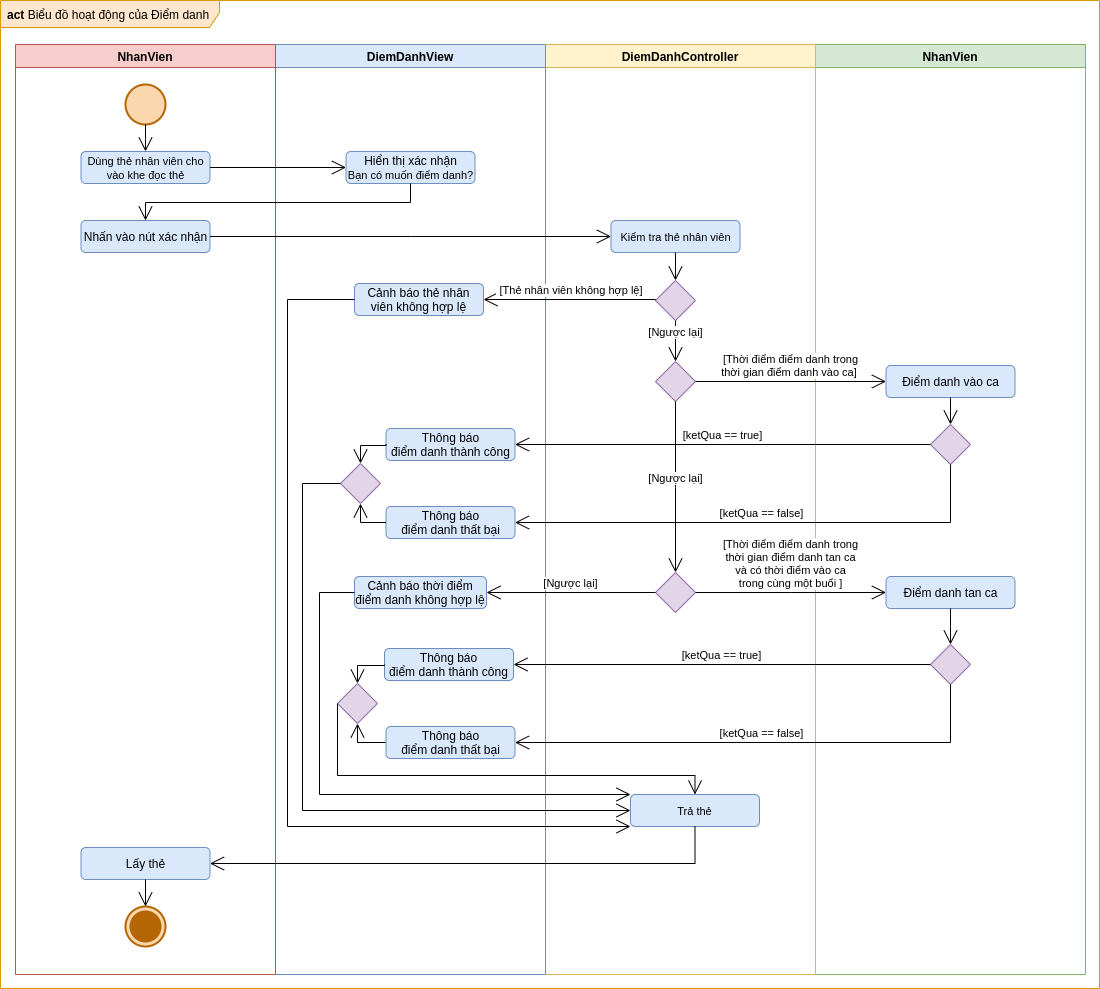
Before: images/Activity Diagram/Attendance.png, a diagram exported from draw.io (luclegen/medicine16). Source tidied: cells renumbered, new cells last; positions are measured from the earlier drawing's top-left corner, leaving out a move shared by most shapes.
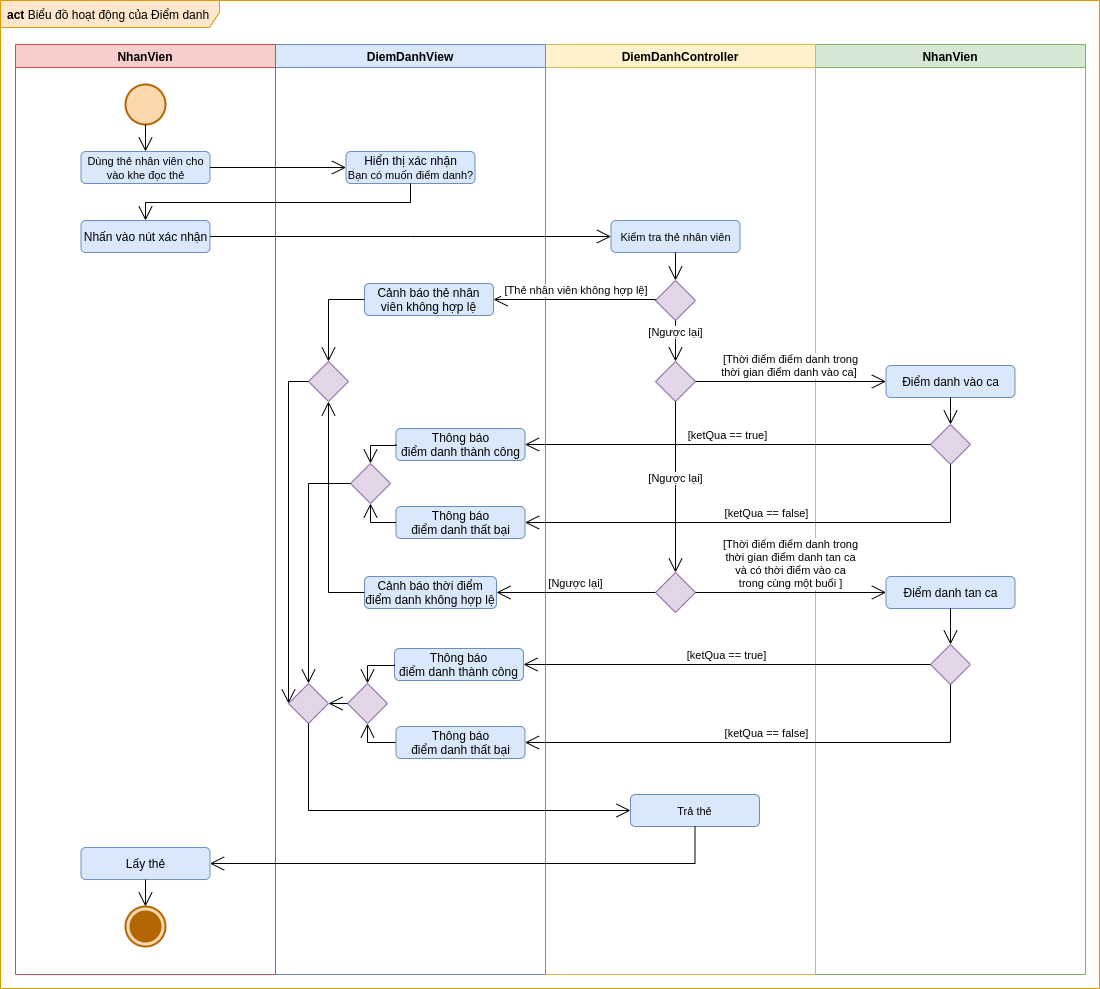
After the change.

Diff of the diagram source:
```diff
@@ -50,40 +50,46 @@
       <mxGeometry x="275" y="44" width="270" height="930" as="geometry" />
     </mxCell>
     <mxCell id="17" value="&lt;span style=&quot;&quot;&gt;Cảnh báo thẻ nhân viên không hợp lệ&lt;/span&gt;" style="shape=rect;html=1;rounded=1;whiteSpace=wrap;align=center;fillColor=#dae8fc;strokeColor=#6c8ebf;" parent="16" vertex="1">
-      <mxGeometry x="79" y="239" width="129" height="32" as="geometry" />
+      <mxGeometry x="89" y="239" width="129" height="32" as="geometry" />
     </mxCell>
     <mxCell id="18" value="Hiển thị xác nhận&lt;br&gt;&lt;span style=&quot;font-size: 11px&quot;&gt;Bạn có muốn điểm danh?&lt;/span&gt;" style="shape=rect;html=1;rounded=1;whiteSpace=wrap;align=center;fillColor=#dae8fc;strokeColor=#6c8ebf;" parent="16" vertex="1">
       <mxGeometry x="70.5" y="107" width="129" height="32" as="geometry" />
     </mxCell>
-    <mxCell id="19" value="&lt;span&gt;Thông báo&lt;br&gt;điểm danh thành công&lt;/span&gt;" style="shape=rect;html=1;rounded=1;whiteSpace=wrap;align=center;fillColor=#dae8fc;strokeColor=#6c8ebf;" parent="16" vertex="1">
-      <mxGeometry x="110.5" y="384" width="129" height="32" as="geometry" />
-    </mxCell>
-    <mxCell id="20" style="shape=rhombus;html=1;verticalLabelPosition=bottom;verticalAlignment=top;fillColor=#e1d5e7;strokeColor=#9673a6;" parent="16" vertex="1">
-      <mxGeometry x="62" y="639" width="40" height="40" as="geometry" />
-    </mxCell>
-    <mxCell id="21" style="edgeStyle=elbowEdgeStyle;html=1;elbow=vertical;endArrow=open;rounded=0;verticalAlign=bottom;endSize=12;exitX=0;exitY=0.5;exitDx=0;exitDy=0;entryX=0.5;entryY=1;entryDx=0;entryDy=0;" parent="16" edge="1" source="22" target="20">
-      <mxGeometry relative="1" as="geometry">
-        <Array as="points">
-          <mxPoint x="87" y="698" />
-        </Array>
-      </mxGeometry>
-    </mxCell>
-    <mxCell id="22" value="&lt;span style=&quot;&quot;&gt;Thông báo&lt;br&gt;điểm danh thất bại&lt;/span&gt;" style="shape=rect;html=1;rounded=1;whiteSpace=wrap;align=center;fillColor=#dae8fc;strokeColor=#6c8ebf;" parent="16" vertex="1">
-      <mxGeometry x="110.5" y="682" width="129" height="32" as="geometry" />
-    </mxCell>
-    <mxCell id="23" value="&lt;span&gt;Thông báo&lt;br&gt;điểm danh thành công&lt;/span&gt;" style="shape=rect;html=1;rounded=1;whiteSpace=wrap;align=center;fillColor=#dae8fc;strokeColor=#6c8ebf;" parent="16" vertex="1">
-      <mxGeometry x="109" y="604" width="129" height="32" as="geometry" />
-    </mxCell>
-    <mxCell id="24" style="edgeStyle=elbowEdgeStyle;html=1;elbow=vertical;endArrow=open;rounded=0;verticalAlign=bottom;endSize=12;exitX=0;exitY=0.5;exitDx=0;exitDy=0;entryX=0.5;entryY=0;entryDx=0;entryDy=0;" parent="16" edge="1" source="23" target="20">
-      <mxGeometry relative="1" as="geometry">
-        <Array as="points">
-          <mxPoint x="87" y="621" />
-        </Array>
-      </mxGeometry>
-    </mxCell>
+    <mxCell id="57" value="&lt;span&gt;Thông báo&lt;br&gt;điểm danh thành công&lt;/span&gt;" style="shape=rect;html=1;rounded=1;whiteSpace=wrap;align=center;fillColor=#dae8fc;strokeColor=#6c8ebf;" parent="16" vertex="1">
+      <mxGeometry x="120.5" y="384" width="129" height="32" as="geometry" />
+    </mxCell>
+    <mxCell id="58" style="shape=rhombus;html=1;verticalLabelPosition=bottom;verticalAlignment=top;fillColor=#e1d5e7;strokeColor=#9673a6;" parent="16" vertex="1">
+      <mxGeometry x="72" y="639" width="40" height="40" as="geometry" />
+    </mxCell>
+    <mxCell id="59" style="edgeStyle=elbowEdgeStyle;html=1;elbow=vertical;endArrow=open;rounded=0;verticalAlign=bottom;endSize=12;exitX=0;exitY=0.5;exitDx=0;exitDy=0;entryX=0.5;entryY=1;entryDx=0;entryDy=0;" parent="16" edge="1" source="60" target="58">
+      <mxGeometry relative="1" as="geometry">
+        <Array as="points">
+          <mxPoint x="97" y="698" />
+        </Array>
+      </mxGeometry>
+    </mxCell>
+    <mxCell id="60" value="&lt;span style=&quot;&quot;&gt;Thông báo&lt;br&gt;điểm danh thất bại&lt;/span&gt;" style="shape=rect;html=1;rounded=1;whiteSpace=wrap;align=center;fillColor=#dae8fc;strokeColor=#6c8ebf;" parent="16" vertex="1">
+      <mxGeometry x="120.5" y="682" width="129" height="32" as="geometry" />
+    </mxCell>
+    <mxCell id="61" value="&lt;span&gt;Thông báo&lt;br&gt;điểm danh thành công&lt;/span&gt;" style="shape=rect;html=1;rounded=1;whiteSpace=wrap;align=center;fillColor=#dae8fc;strokeColor=#6c8ebf;" parent="16" vertex="1">
+      <mxGeometry x="119" y="604" width="129" height="32" as="geometry" />
+    </mxCell>
+    <mxCell id="62" style="edgeStyle=elbowEdgeStyle;html=1;elbow=vertical;endArrow=open;rounded=0;verticalAlign=bottom;endSize=12;exitX=0;exitY=0.5;exitDx=0;exitDy=0;entryX=0.5;entryY=0;entryDx=0;entryDy=0;" parent="16" edge="1" source="61" target="58">
+      <mxGeometry relative="1" as="geometry">
+        <Array as="points">
+          <mxPoint x="97" y="621" />
+        </Array>
+      </mxGeometry>
+    </mxCell>
     <mxCell id="25" value="&lt;span&gt;Cảnh báo thời điểm điểm danh không hợp lệ&lt;/span&gt;" style="shape=rect;html=1;rounded=1;whiteSpace=wrap;align=center;fillColor=#dae8fc;strokeColor=#6c8ebf;" parent="16" vertex="1">
-      <mxGeometry x="79" y="532" width="132" height="32" as="geometry" />
+      <mxGeometry x="89" y="532" width="132" height="32" as="geometry" />
     </mxCell>
+    <mxCell id="63" style="shape=rhombus;html=1;verticalLabelPosition=bottom;verticalAlignment=top;fillColor=#e1d5e7;strokeColor=#9673a6;" parent="16" vertex="1">
+      <mxGeometry x="13" y="639" width="40" height="40" as="geometry" />
+    </mxCell>
+    <mxCell id="64" style="edgeStyle=elbowEdgeStyle;html=1;elbow=vertical;endArrow=open;rounded=0;verticalAlign=bottom;endSize=12;exitX=0;exitY=0.5;exitDx=0;exitDy=0;entryX=1;entryY=0.5;entryDx=0;entryDy=0;" parent="16" edge="1" source="58" target="63">
+      <mxGeometry relative="1" as="geometry" />
+    </mxCell>
     <mxCell id="26" value="NhanVien" style="swimlane;startSize=23;fillColor=#f8cecc;strokeColor=#b85450;" parent="1" vertex="1">
       <mxGeometry x="15" y="44" width="260" height="930" as="geometry" />
     </mxCell>
@@ -111,13 +117,13 @@
     <mxCell id="34" style="edgeStyle=elbowEdgeStyle;html=1;elbow=vertical;endArrow=open;rounded=0;verticalAlign=bottom;endSize=12;exitX=1;exitY=0.5;exitDx=0;exitDy=0;entryX=0;entryY=0.5;entryDx=0;entryDy=0;" parent="1" edge="1" source="30" target="9">
       <mxGeometry relative="1" as="geometry" />
     </mxCell>
-    <mxCell id="35" value="[ketQua == false]" style="edgeStyle=elbowEdgeStyle;html=1;elbow=vertical;verticalAlign=bottom;endArrow=open;rounded=0;endSize=12;exitX=0.5;exitY=1;exitDx=0;exitDy=0;entryX=1;entryY=0.5;entryDx=0;entryDy=0;" parent="1" edge="1" source="5" target="39">
-      <mxGeometry relative="1" as="geometry">
-        <Array as="points">
-          <mxPoint x="722" y="522" />
-        </Array>
-      </mxGeometry>
-    </mxCell>
+    <mxCell id="65" value="[ketQua == false]" style="edgeStyle=elbowEdgeStyle;html=1;elbow=vertical;verticalAlign=bottom;endArrow=open;rounded=0;endSize=12;exitX=0.5;exitY=1;exitDx=0;exitDy=0;entryX=1;entryY=0.5;entryDx=0;entryDy=0;" parent="1" edge="1" source="5" target="66">
+      <mxGeometry relative="1" as="geometry">
+        <Array as="points">
+          <mxPoint x="722" y="522" />
+        </Array>
+      </mxGeometry>
+    </mxCell>
     <mxCell id="36" style="edgeStyle=elbowEdgeStyle;html=1;elbow=vertical;endArrow=open;rounded=0;verticalAlign=bottom;endSize=12;exitX=1;exitY=0.5;exitDx=0;exitDy=0;entryX=0;entryY=0.5;entryDx=0;entryDy=0;" parent="1" edge="1" source="28" target="18">
       <mxGeometry relative="1" as="geometry" />
     </mxCell>
@@ -127,65 +133,48 @@
     <mxCell id="38" value="[Thời điểm điểm danh trong&lt;br&gt;thời gian điểm danh vào ca]&amp;nbsp;" style="edgeStyle=elbowEdgeStyle;html=1;elbow=vertical;verticalAlign=bottom;endArrow=open;rounded=0;endSize=12;exitX=1;exitY=0.5;exitDx=0;exitDy=0;entryX=0;entryY=0.5;entryDx=0;entryDy=0;" parent="1" edge="1" source="13" target="4">
       <mxGeometry relative="1" as="geometry" />
     </mxCell>
-    <mxCell id="39" value="&lt;span style=&quot;&quot;&gt;Thông báo&lt;br&gt;điểm danh thất bại&lt;/span&gt;" style="shape=rect;html=1;rounded=1;whiteSpace=wrap;align=center;fillColor=#dae8fc;strokeColor=#6c8ebf;" parent="1" vertex="1">
-      <mxGeometry x="385.5" y="506" width="129" height="32" as="geometry" />
-    </mxCell>
+    <mxCell id="66" value="&lt;span style=&quot;&quot;&gt;Thông báo&lt;br&gt;điểm danh thất bại&lt;/span&gt;" style="shape=rect;html=1;rounded=1;whiteSpace=wrap;align=center;fillColor=#dae8fc;strokeColor=#6c8ebf;" parent="1" vertex="1">
+      <mxGeometry x="395.5" y="506" width="129" height="32" as="geometry" />
+    </mxCell>
     <mxCell id="40" value="[Thời điểm điểm danh trong&lt;br&gt;thời gian điểm danh tan ca&lt;br&gt;và có thời điểm vào ca&lt;br&gt;trong cùng một buổi ]" style="edgeStyle=elbowEdgeStyle;html=1;elbow=vertical;verticalAlign=bottom;endArrow=open;rounded=0;endSize=12;exitX=1;exitY=0.5;exitDx=0;exitDy=0;entryX=0;entryY=0.5;entryDx=0;entryDy=0;" parent="1" edge="1" source="14" target="7">
       <mxGeometry relative="1" as="geometry" />
     </mxCell>
     <mxCell id="41" style="shape=rhombus;html=1;verticalLabelPosition=bottom;verticalAlignment=top;fillColor=#e1d5e7;strokeColor=#9673a6;" parent="1" vertex="1">
       <mxGeometry x="930" y="644" width="40" height="40" as="geometry" />
     </mxCell>
-    <mxCell id="42" value="[ketQua == true]" style="edgeStyle=elbowEdgeStyle;html=1;elbow=vertical;verticalAlign=bottom;endArrow=open;rounded=0;endSize=12;exitX=0;exitY=0.5;exitDx=0;exitDy=0;entryX=1;entryY=0.5;entryDx=0;entryDy=0;" parent="1" edge="1" source="41" target="23">
-      <mxGeometry relative="1" as="geometry" />
-    </mxCell>
-    <mxCell id="43" value="[ketQua == false]" style="edgeStyle=elbowEdgeStyle;html=1;elbow=vertical;verticalAlign=bottom;endArrow=open;rounded=0;endSize=12;exitX=0.5;exitY=1;exitDx=0;exitDy=0;entryX=1;entryY=0.5;entryDx=0;entryDy=0;" parent="1" edge="1" source="41" target="22">
-      <mxGeometry relative="1" as="geometry">
-        <Array as="points">
-          <mxPoint x="710" y="742" />
-        </Array>
-      </mxGeometry>
-    </mxCell>
+    <mxCell id="67" value="[ketQua == true]" style="edgeStyle=elbowEdgeStyle;html=1;elbow=vertical;verticalAlign=bottom;endArrow=open;rounded=0;endSize=12;exitX=0;exitY=0.5;exitDx=0;exitDy=0;entryX=1;entryY=0.5;entryDx=0;entryDy=0;" parent="1" edge="1" source="41" target="61">
+      <mxGeometry relative="1" as="geometry" />
+    </mxCell>
+    <mxCell id="68" value="[ketQua == false]" style="edgeStyle=elbowEdgeStyle;html=1;elbow=vertical;verticalAlign=bottom;endArrow=open;rounded=0;endSize=12;exitX=0.5;exitY=1;exitDx=0;exitDy=0;entryX=1;entryY=0.5;entryDx=0;entryDy=0;" parent="1" edge="1" source="41" target="60">
+      <mxGeometry relative="1" as="geometry">
+        <Array as="points">
+          <mxPoint x="710" y="742" />
+        </Array>
+      </mxGeometry>
+    </mxCell>
     <mxCell id="44" style="edgeStyle=elbowEdgeStyle;html=1;elbow=vertical;endArrow=open;rounded=0;verticalAlign=bottom;endSize=12;exitX=0.5;exitY=1;exitDx=0;exitDy=0;entryX=0.5;entryY=0;entryDx=0;entryDy=0;" parent="1" edge="1" source="7" target="41">
       <mxGeometry relative="1" as="geometry" />
     </mxCell>
-    <mxCell id="45" value="[ketQua == true]" style="edgeStyle=elbowEdgeStyle;html=1;elbow=vertical;verticalAlign=bottom;endArrow=open;rounded=0;endSize=12;exitX=0;exitY=0.5;exitDx=0;exitDy=0;entryX=1;entryY=0.5;entryDx=0;entryDy=0;" parent="1" edge="1" source="5" target="19">
-      <mxGeometry relative="1" as="geometry" />
-    </mxCell>
-    <mxCell id="46" style="shape=rhombus;html=1;verticalLabelPosition=bottom;verticalAlignment=top;fillColor=#e1d5e7;strokeColor=#9673a6;" parent="1" vertex="1">
-      <mxGeometry x="340" y="463" width="40" height="40" as="geometry" />
-    </mxCell>
-    <mxCell id="47" style="edgeStyle=elbowEdgeStyle;html=1;elbow=vertical;endArrow=open;rounded=0;verticalAlign=bottom;endSize=12;exitX=0;exitY=0.5;exitDx=0;exitDy=0;entryX=0.5;entryY=0;entryDx=0;entryDy=0;" parent="1" edge="1" source="19" target="46">
-      <mxGeometry relative="1" as="geometry">
-        <Array as="points">
-          <mxPoint x="361" y="445" />
-        </Array>
-      </mxGeometry>
-    </mxCell>
-    <mxCell id="48" style="edgeStyle=elbowEdgeStyle;html=1;elbow=vertical;endArrow=open;rounded=0;verticalAlign=bottom;endSize=12;exitX=0;exitY=0.5;exitDx=0;exitDy=0;entryX=0.5;entryY=1;entryDx=0;entryDy=0;" parent="1" edge="1" source="39" target="46">
-      <mxGeometry relative="1" as="geometry">
-        <Array as="points">
-          <mxPoint x="365" y="522" />
-        </Array>
-      </mxGeometry>
-    </mxCell>
-    <mxCell id="49" style="edgeStyle=elbowEdgeStyle;html=1;elbow=vertical;endArrow=open;rounded=0;verticalAlign=bottom;endSize=12;exitX=0;exitY=0.5;exitDx=0;exitDy=0;entryX=0;entryY=0.5;entryDx=0;entryDy=0;" parent="1" edge="1" source="46" target="55">
-      <mxGeometry relative="1" as="geometry">
-        <Array as="points">
-          <mxPoint x="302" y="650" />
-          <mxPoint x="423" y="818" />
-        </Array>
-      </mxGeometry>
-    </mxCell>
-    <mxCell id="50" style="edgeStyle=elbowEdgeStyle;html=1;elbow=vertical;endArrow=open;rounded=0;verticalAlign=bottom;endSize=12;exitX=0;exitY=0.5;exitDx=0;exitDy=0;entryX=0.5;entryY=0;entryDx=0;entryDy=0;" parent="1" edge="1" source="20" target="55">
-      <mxGeometry relative="1" as="geometry">
-        <Array as="points">
-          <mxPoint x="491" y="775" />
-          <mxPoint x="326" y="756" />
-          <mxPoint x="521" y="776" />
-        </Array>
-      </mxGeometry>
-    </mxCell>
+    <mxCell id="69" value="[ketQua == true]" style="edgeStyle=elbowEdgeStyle;html=1;elbow=vertical;verticalAlign=bottom;endArrow=open;rounded=0;endSize=12;exitX=0;exitY=0.5;exitDx=0;exitDy=0;entryX=1;entryY=0.5;entryDx=0;entryDy=0;" parent="1" edge="1" source="5" target="57">
+      <mxGeometry relative="1" as="geometry" />
+    </mxCell>
+    <mxCell id="70" style="shape=rhombus;html=1;verticalLabelPosition=bottom;verticalAlignment=top;fillColor=#e1d5e7;strokeColor=#9673a6;" parent="1" vertex="1">
+      <mxGeometry x="350" y="463" width="40" height="40" as="geometry" />
+    </mxCell>
+    <mxCell id="71" style="edgeStyle=elbowEdgeStyle;html=1;elbow=vertical;endArrow=open;rounded=0;verticalAlign=bottom;endSize=12;exitX=0;exitY=0.5;exitDx=0;exitDy=0;entryX=0.5;entryY=0;entryDx=0;entryDy=0;" parent="1" edge="1" source="57" target="70">
+      <mxGeometry relative="1" as="geometry">
+        <Array as="points">
+          <mxPoint x="371" y="445" />
+        </Array>
+      </mxGeometry>
+    </mxCell>
+    <mxCell id="72" style="edgeStyle=elbowEdgeStyle;html=1;elbow=vertical;endArrow=open;rounded=0;verticalAlign=bottom;endSize=12;exitX=0;exitY=0.5;exitDx=0;exitDy=0;entryX=0.5;entryY=1;entryDx=0;entryDy=0;" parent="1" edge="1" source="66" target="70">
+      <mxGeometry relative="1" as="geometry">
+        <Array as="points">
+          <mxPoint x="375" y="522" />
+        </Array>
+      </mxGeometry>
+    </mxCell>
     <mxCell id="51" value="&amp;nbsp;[Thẻ nhân viên không hợp lệ]" style="edgeStyle=elbowEdgeStyle;html=1;elbow=vertical;verticalAlign=bottom;endArrow=open;rounded=0;endSize=12;align=center;exitX=0;exitY=0.5;exitDx=0;exitDy=0;entryX=1;entryY=0.5;entryDx=0;entryDy=0;" parent="1" edge="1" source="10" target="17">
       <mxGeometry relative="1" as="geometry">
         <Array as="points">
@@ -193,23 +182,16 @@
         </Array>
       </mxGeometry>
     </mxCell>
-    <mxCell id="52" style="edgeStyle=elbowEdgeStyle;html=1;elbow=vertical;endArrow=open;rounded=0;verticalAlign=bottom;endSize=12;exitX=0;exitY=0.5;exitDx=0;exitDy=0;entryX=0;entryY=1;entryDx=0;entryDy=0;" parent="1" edge="1" source="17" target="55">
-      <mxGeometry relative="1" as="geometry">
-        <Array as="points">
-          <mxPoint x="287" y="566" />
-        </Array>
-      </mxGeometry>
-    </mxCell>
+    <mxCell id="73" style="edgeStyle=elbowEdgeStyle;html=1;elbow=vertical;endArrow=open;rounded=0;verticalAlign=bottom;endSize=12;exitX=0;exitY=0.5;exitDx=0;exitDy=0;entryX=0.5;entryY=0;entryDx=0;entryDy=0;" parent="1" edge="1" source="17" target="74">
+      <mxGeometry relative="1" as="geometry">
+        <Array as="points">
+          <mxPoint x="336" y="299" />
+        </Array>
+      </mxGeometry>
+    </mxCell>
     <mxCell id="53" value="[Ngược lại]" style="edgeStyle=elbowEdgeStyle;html=1;elbow=vertical;verticalAlign=bottom;endArrow=open;rounded=0;endSize=12;align=center;entryX=1;entryY=0.5;entryDx=0;entryDy=0;exitX=0;exitY=0.5;exitDx=0;exitDy=0;" parent="1" edge="1" source="14" target="25">
       <mxGeometry relative="1" as="geometry" />
     </mxCell>
-    <mxCell id="54" style="edgeStyle=elbowEdgeStyle;html=1;elbow=vertical;endArrow=open;rounded=0;verticalAlign=bottom;endSize=12;exitX=0;exitY=0.5;exitDx=0;exitDy=0;entryX=0;entryY=0;entryDx=0;entryDy=0;" parent="1" edge="1" source="25" target="55">
-      <mxGeometry relative="1" as="geometry">
-        <Array as="points">
-          <mxPoint x="319" y="702" />
-        </Array>
-      </mxGeometry>
-    </mxCell>
     <mxCell id="55" value="&lt;span style=&quot;font-size: 11px&quot;&gt;Trả thẻ&lt;/span&gt;" style="shape=rect;html=1;rounded=1;whiteSpace=wrap;align=center;fillColor=#dae8fc;strokeColor=#6c8ebf;" parent="1" vertex="1">
       <mxGeometry x="630" y="794" width="129" height="32" as="geometry" />
     </mxCell>
@@ -220,5 +202,36 @@
         </Array>
       </mxGeometry>
     </mxCell>
+    <mxCell id="74" style="shape=rhombus;html=1;verticalLabelPosition=bottom;verticalAlignment=top;fillColor=#e1d5e7;strokeColor=#9673a6;" parent="1" vertex="1">
+      <mxGeometry x="308" y="361" width="40" height="40" as="geometry" />
+    </mxCell>
+    <mxCell id="75" style="edgeStyle=elbowEdgeStyle;html=1;elbow=vertical;endArrow=open;rounded=0;verticalAlign=bottom;endSize=12;exitX=0;exitY=0.5;exitDx=0;exitDy=0;entryX=0.5;entryY=1;entryDx=0;entryDy=0;" parent="1" edge="1" source="25" target="74">
+      <mxGeometry relative="1" as="geometry">
+        <Array as="points">
+          <mxPoint x="327" y="592" />
+        </Array>
+      </mxGeometry>
+    </mxCell>
+    <mxCell id="76" style="edgeStyle=elbowEdgeStyle;html=1;elbow=vertical;endArrow=open;rounded=0;verticalAlign=bottom;endSize=12;exitX=0;exitY=0.5;exitDx=0;exitDy=0;entryX=0;entryY=0.5;entryDx=0;entryDy=0;" parent="1" edge="1" source="74" target="63">
+      <mxGeometry relative="1" as="geometry">
+        <Array as="points">
+          <mxPoint x="293" y="381" />
+        </Array>
+      </mxGeometry>
+    </mxCell>
+    <mxCell id="77" style="edgeStyle=elbowEdgeStyle;html=1;elbow=vertical;endArrow=open;rounded=0;verticalAlign=bottom;endSize=12;exitX=0;exitY=0.5;exitDx=0;exitDy=0;entryX=0.5;entryY=0;entryDx=0;entryDy=0;" parent="1" edge="1" source="70" target="63">
+      <mxGeometry relative="1" as="geometry">
+        <Array as="points">
+          <mxPoint x="329" y="483" />
+        </Array>
+      </mxGeometry>
+    </mxCell>
+    <mxCell id="78" style="edgeStyle=elbowEdgeStyle;html=1;elbow=vertical;endArrow=open;rounded=0;verticalAlign=bottom;endSize=12;exitX=0.5;exitY=1;exitDx=0;exitDy=0;entryX=0;entryY=0.5;entryDx=0;entryDy=0;" parent="1" edge="1" source="63" target="55">
+      <mxGeometry relative="1" as="geometry">
+        <Array as="points">
+          <mxPoint x="424" y="810" />
+        </Array>
+      </mxGeometry>
+    </mxCell>
   </root>
 </mxGraphModel>
```
